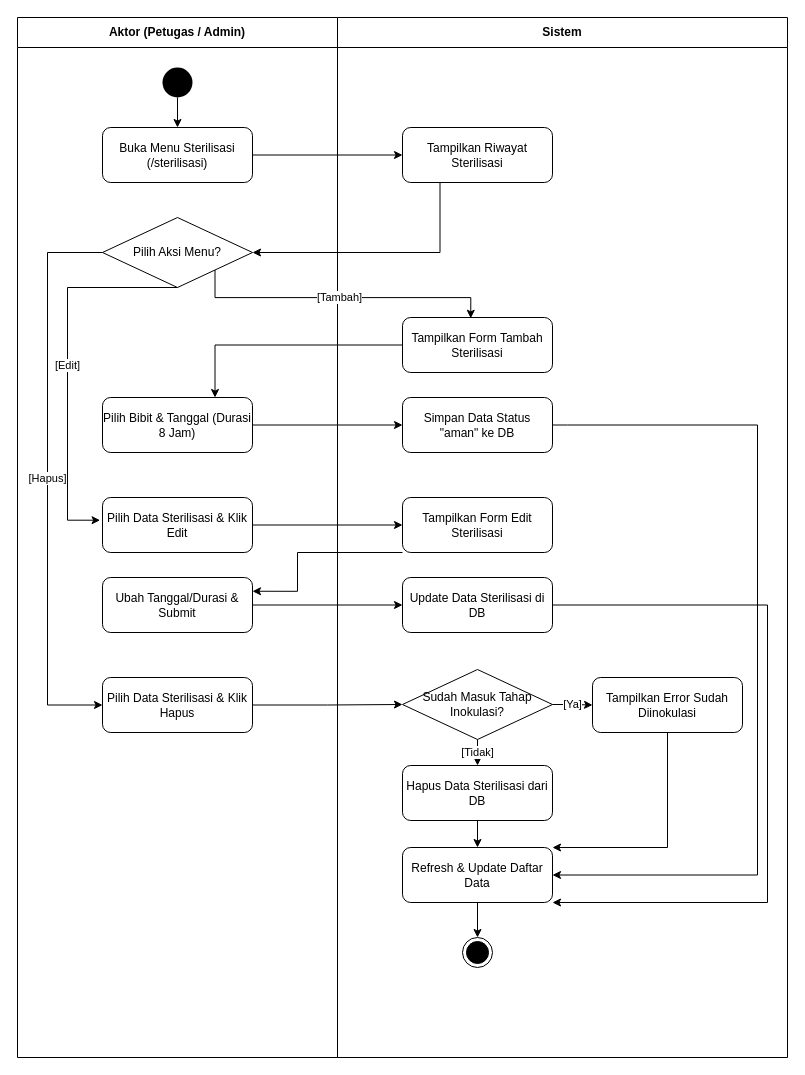
DaraAnggunJelita/jamur_tiram keeps this draw.io diagram as page "Petugas: Kelola Sterilisasi" (3 of 16) of activity_diagram_lengkap.drawio. Above is the earlier version. Source tidied: cells renumbered, new cells numbered last; positions are measured from the earlier drawing's top-left corner, leaving out a move shared by most shapes. Both pictures are drawn from the tidied source at 100%, with x=0, y=0 at pixel (17, 17).
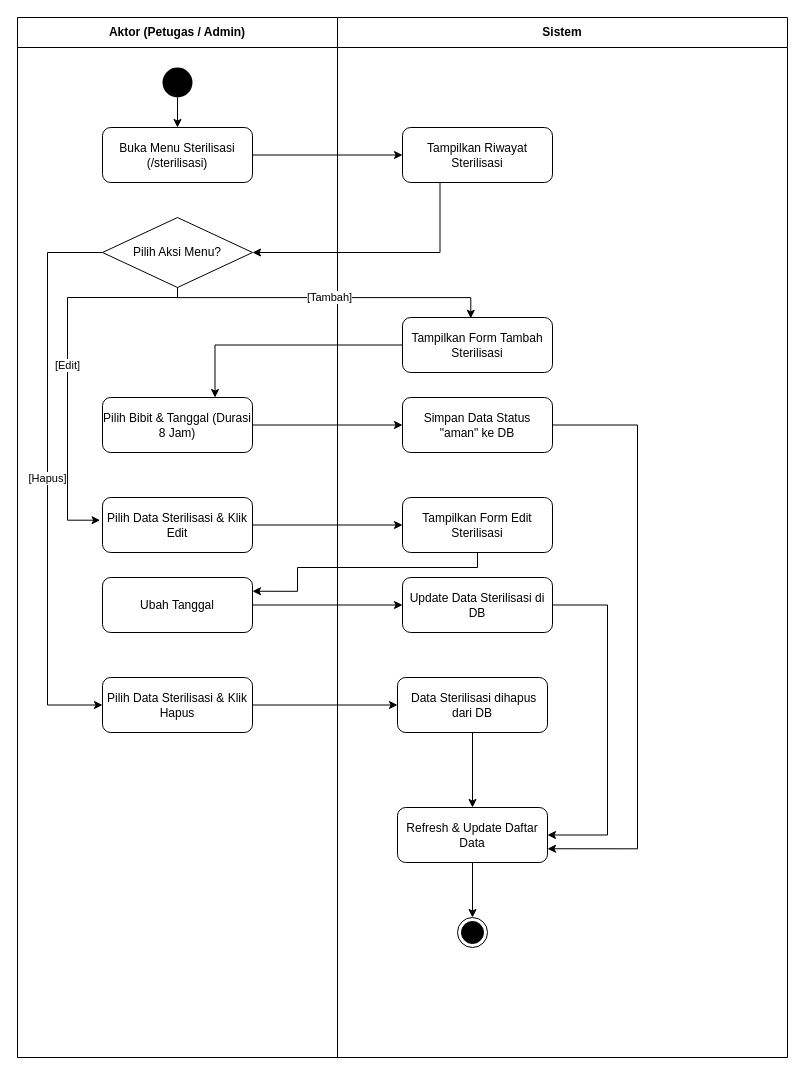
After the change.

Unchanged cells that the change refers to:
```xml
<mxCell id="3" value="Sistem" style="swimlane;whiteSpace=wrap;html=1;startSize=30;" parent="1" vertex="1">
  <mxGeometry x="320" width="450" height="1040" as="geometry" />
</mxCell>
<mxCell id="8" value="Pilih Aksi Menu?" style="rhombus;whiteSpace=wrap;html=1;" parent="1" vertex="1">
  <mxGeometry x="85" y="200" width="150" height="70" as="geometry" />
</mxCell>
<mxCell id="9" value="Tampilkan Form Tambah Sterilisasi" style="rounded=1;whiteSpace=wrap;html=1;" parent="1" vertex="1">
  <mxGeometry x="385" y="300" width="150" height="55" as="geometry" />
</mxCell>
<mxCell id="11" value="Simpan Data Status &quot;aman&quot; ke DB" style="rounded=1;whiteSpace=wrap;html=1;" parent="1" vertex="1">
  <mxGeometry x="385" y="380" width="150" height="55" as="geometry" />
</mxCell>
<mxCell id="12" value="Pilih Data Sterilisasi &amp; Klik Edit" style="rounded=1;whiteSpace=wrap;html=1;" parent="1" vertex="1">
  <mxGeometry x="85" y="480" width="150" height="55" as="geometry" />
</mxCell>
<mxCell id="13" value="Tampilkan Form Edit Sterilisasi" style="rounded=1;whiteSpace=wrap;html=1;" parent="1" vertex="1">
  <mxGeometry x="385" y="480" width="150" height="55" as="geometry" />
</mxCell>
<mxCell id="15" value="Update Data Sterilisasi di DB" style="rounded=1;whiteSpace=wrap;html=1;" parent="1" vertex="1">
  <mxGeometry x="385" y="560" width="150" height="55" as="geometry" />
</mxCell>
<mxCell id="16" value="Pilih Data Sterilisasi &amp; Klik Hapus" style="rounded=1;whiteSpace=wrap;html=1;" parent="1" vertex="1">
  <mxGeometry x="85" y="660" width="150" height="55" as="geometry" />
</mxCell>
```

Diff of the diagram source:
```diff
@@
-    <mxCell id="4" value="Hapus Data Sterilisasi dari DB" style="rounded=1;whiteSpace=wrap;html=1;" parent="3" vertex="1">
-      <mxGeometry x="65" y="748" width="150" height="55" as="geometry" />
+    <mxCell id="4" value="&amp;nbsp;Data Sterilisasi dihapus dari DB" style="rounded=1;whiteSpace=wrap;html=1;" parent="3" vertex="1">
+      <mxGeometry x="60" y="660" width="150" height="55" as="geometry" />
     </mxCell>
+    <mxCell id="19" value="Refresh &amp; Update Daftar Data" style="rounded=1;whiteSpace=wrap;html=1;" parent="3" vertex="1">
+      <mxGeometry x="60" y="790" width="150" height="55" as="geometry" />
+    </mxCell>
+    <mxCell id="38" style="edgeStyle=orthogonalEdgeStyle;rounded=0;html=1;jettySize=auto;exitX=0.5;exitY=1;entryX=0.5;entryY=0;" parent="3" edge="1" source="4" target="19">
+      <mxGeometry relative="1" as="geometry" />
+    </mxCell>
+    <mxCell id="20" style="ellipse;shape=endState;fillColor=#000000;strokeColor=#000000;html=1;" parent="3" vertex="1">
+      <mxGeometry x="120" y="900" width="30" height="30" as="geometry" />
+    </mxCell>
+    <mxCell id="39" style="edgeStyle=orthogonalEdgeStyle;rounded=0;html=1;jettySize=auto;strokeColor=#000000;exitX=0.5;exitY=1;entryX=0.5;entryY=0;" parent="3" edge="1" source="19" target="20">
+      <mxGeometry relative="1" as="geometry" />
+    </mxCell>
@@
-    <mxCell id="14" value="Ubah Tanggal/Durasi &amp; Submit" style="rounded=1;whiteSpace=wrap;html=1;" parent="1" vertex="1">
+    <mxCell id="14" value="Ubah Tanggal" style="rounded=1;whiteSpace=wrap;html=1;" parent="1" vertex="1">
       <mxGeometry x="85" y="560" width="150" height="55" as="geometry" />
     </mxCell>
+    <mxCell id="32" style="edgeStyle=orthogonalEdgeStyle;rounded=0;jettySize=auto;html=1;entryX=1;entryY=0.5;entryDx=0;entryDy=0;" parent="1" edge="1" source="15" target="19">
+      <mxGeometry relative="1" as="geometry">
+        <Array as="points">
+          <mxPoint x="590" y="587.5" />
+          <mxPoint x="590" y="817.5" />
+        </Array>
+      </mxGeometry>
+    </mxCell>
@@
-    <mxCell id="17" value="Sudah Masuk Tahap Inokulasi?" style="rhombus;whiteSpace=wrap;html=1;" parent="1" vertex="1">
-      <mxGeometry x="385" y="652" width="150" height="70" as="geometry" />
-    </mxCell>
-    <mxCell id="18" value="Tampilkan Error Sudah Diinokulasi" style="rounded=1;whiteSpace=wrap;html=1;" parent="1" vertex="1">
-      <mxGeometry x="575" y="660" width="150" height="55" as="geometry" />
-    </mxCell>
-    <mxCell id="19" value="Refresh &amp; Update Daftar Data" style="rounded=1;whiteSpace=wrap;html=1;" parent="1" vertex="1">
-      <mxGeometry x="385" y="830" width="150" height="55" as="geometry" />
-    </mxCell>
-    <mxCell id="20" style="ellipse;shape=endState;fillColor=#000000;strokeColor=#000000;html=1;" parent="1" vertex="1">
-      <mxGeometry x="445" y="920" width="30" height="30" as="geometry" />
-    </mxCell>
@@
-    <mxCell id="24" value="[Tambah]" style="edgeStyle=orthogonalEdgeStyle;rounded=0;html=1;jettySize=auto;exitX=1;exitY=1;entryX=0.455;entryY=0.014;entryDx=0;entryDy=0;entryPerimeter=0;exitDx=0;exitDy=0;" parent="1" edge="1" source="8" target="9">
+    <mxCell id="24" value="[Tambah]" style="edgeStyle=orthogonalEdgeStyle;rounded=0;html=1;jettySize=auto;exitX=0.5;exitY=1;entryX=0.455;entryY=0.014;entryDx=0;entryDy=0;entryPerimeter=0;exitDx=0;exitDy=0;" parent="1" edge="1" source="8" target="9">
       <mxGeometry relative="1" as="geometry">
         <Array as="points">
-          <mxPoint x="197.5" y="280.1" />
+          <mxPoint x="160.1" y="280.1" />
           <mxPoint x="453.4" y="280.1" />
         </Array>
       </mxGeometry>
     </mxCell>
@@
-    <mxCell id="27" style="edgeStyle=orthogonalEdgeStyle;rounded=0;html=1;jettySize=auto;strokeColor=#000000;exitX=1;exitY=0.5;entryX=1;entryY=0.5;" parent="1" edge="1" source="11" target="19">
+    <mxCell id="27" style="edgeStyle=orthogonalEdgeStyle;rounded=0;html=1;jettySize=auto;strokeColor=#000000;exitX=1;exitY=0.5;entryX=1;entryY=0.75;entryDx=0;entryDy=0;" parent="1" edge="1" source="11" target="19">
       <mxGeometry relative="1" as="geometry">
         <Array as="points">
-          <mxPoint x="550" y="407.5" />
-          <mxPoint x="740" y="407.5" />
-          <mxPoint x="740" y="857.5" />
-          <mxPoint x="535" y="857.5" />
+          <mxPoint x="620" y="407.5" />
+          <mxPoint x="620" y="831.2" />
         </Array>
       </mxGeometry>
     </mxCell>
     <mxCell id="28" value="[Edit]" style="edgeStyle=orthogonalEdgeStyle;rounded=0;html=1;jettySize=auto;strokeColor=#000000;exitX=0.5;exitY=1;entryX=-0.016;entryY=0.413;entryDx=0;entryDy=0;entryPerimeter=0;" parent="1" edge="1" source="8" target="12">
       <mxGeometry relative="1" as="geometry">
         <Array as="points">
-          <mxPoint x="50" y="270" />
-          <mxPoint x="50" y="502.7" />
+          <mxPoint x="160" y="280" />
+          <mxPoint x="50" y="280" />
+          <mxPoint x="50" y="502.8" />
         </Array>
       </mxGeometry>
     </mxCell>
@@
-    <mxCell id="30" style="edgeStyle=orthogonalEdgeStyle;rounded=0;html=1;jettySize=auto;exitX=0;exitY=1;entryX=1;entryY=0.25;exitDx=0;exitDy=0;entryDx=0;entryDy=0;" parent="1" edge="1" source="13" target="14">
+    <mxCell id="30" style="edgeStyle=orthogonalEdgeStyle;rounded=0;html=1;jettySize=auto;entryX=1;entryY=0.25;entryDx=0;entryDy=0;" parent="1" edge="1" source="13" target="14">
       <mxGeometry relative="1" as="geometry">
         <Array as="points">
-          <mxPoint x="280" y="535" />
+          <mxPoint x="460" y="550" />
+          <mxPoint x="280" y="550" />
           <mxPoint x="280" y="573.8" />
         </Array>
       </mxGeometry>
     </mxCell>
@@
-    <mxCell id="32" style="edgeStyle=orthogonalEdgeStyle;rounded=0;html=1;jettySize=auto;strokeColor=#000000;exitX=1;exitY=0.5;entryX=1;entryY=1;entryDx=0;entryDy=0;" parent="1" edge="1" source="15" target="19">
-      <mxGeometry relative="1" as="geometry">
-        <Array as="points">
-          <mxPoint x="750" y="587.5" />
-          <mxPoint x="750" y="885" />
-        </Array>
-      </mxGeometry>
-    </mxCell>
@@
-    <mxCell id="34" style="edgeStyle=orthogonalEdgeStyle;rounded=0;html=1;jettySize=auto;exitX=1;exitY=0.5;entryX=0;entryY=0.5;" parent="1" edge="1" source="16" target="17">
+    <mxCell id="34" style="edgeStyle=orthogonalEdgeStyle;rounded=0;html=1;jettySize=auto;exitX=1;exitY=0.5;" parent="1" edge="1" source="16" target="4">
       <mxGeometry relative="1" as="geometry" />
     </mxCell>
-    <mxCell id="35" value="[Ya]" style="edgeStyle=orthogonalEdgeStyle;rounded=0;html=1;jettySize=auto;exitX=1;exitY=0.5;entryX=0;entryY=0.5;" parent="1" edge="1" source="17" target="18">
-      <mxGeometry relative="1" as="geometry" />
-    </mxCell>
-    <mxCell id="36" style="edgeStyle=orthogonalEdgeStyle;rounded=0;html=1;jettySize=auto;exitX=0.5;exitY=1;entryX=1;entryY=0;entryDx=0;entryDy=0;" parent="1" edge="1" source="18" target="19">
-      <mxGeometry relative="1" as="geometry">
-        <Array as="points">
-          <mxPoint x="650" y="830" />
-        </Array>
-      </mxGeometry>
-    </mxCell>
-    <mxCell id="37" value="[Tidak]" style="edgeStyle=orthogonalEdgeStyle;rounded=0;html=1;jettySize=auto;exitX=0.5;exitY=1;entryX=0.5;entryY=0;" parent="1" edge="1" source="17" target="4">
-      <mxGeometry relative="1" as="geometry" />
-    </mxCell>
-    <mxCell id="38" style="edgeStyle=orthogonalEdgeStyle;rounded=0;html=1;jettySize=auto;exitX=0.5;exitY=1;entryX=0.5;entryY=0;" parent="1" edge="1" source="4" target="19">
-      <mxGeometry relative="1" as="geometry" />
-    </mxCell>
-    <mxCell id="39" style="edgeStyle=orthogonalEdgeStyle;rounded=0;html=1;jettySize=auto;strokeColor=#000000;exitX=0.5;exitY=1;entryX=0.5;entryY=0;" parent="1" edge="1" source="19" target="20">
-      <mxGeometry relative="1" as="geometry" />
-    </mxCell>
```
